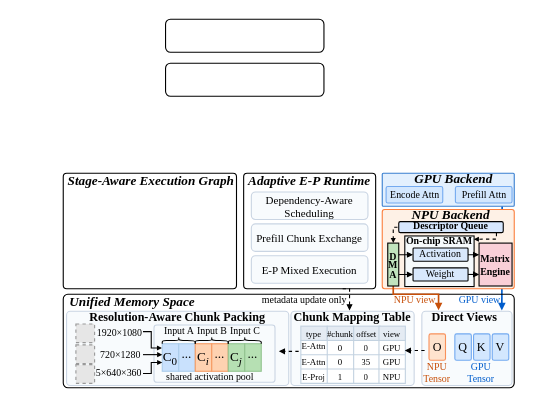
Above: figures/design_overview_new.drawio in icszhr/hermes (draw.io), before the change. Source tidied: cells renumbered, new cells numbered last; positions are measured from the earlier drawing's top-left corner, leaving out a move shared by most shapes. Both pictures are drawn from the tidied source at 110%, with x=0, y=0 at pixel (19, 19). Pictures stored in the file or linked from it are replaced by grey dashed boxes.
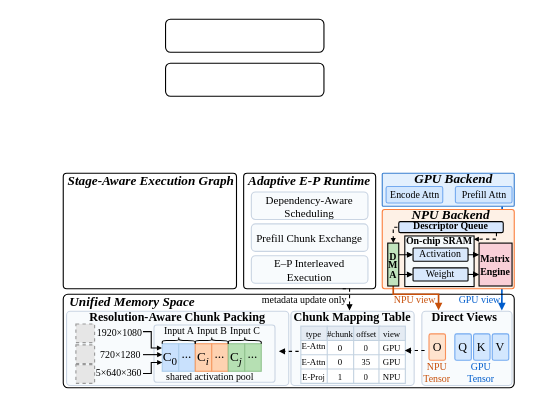
The same diagram, later.

Diff of the diagram source:
```diff
@@
-    <mxCell id="92" value="E-P Mixed Execution" style="rounded=1;whiteSpace=wrap;html=1;fontFamily=Times New Roman;fontSize=10;fillColor=light-dark(#f8fbfd, #ededed);strokeColor=light-dark(#cad5e3, #ededed);" parent="1" vertex="1">
+    <mxCell id="92" value="E–P Interleaved Execution" style="rounded=1;whiteSpace=wrap;html=1;fontFamily=Times New Roman;fontSize=10;fillColor=light-dark(#f8fbfd, #ededed);strokeColor=light-dark(#cad5e3, #ededed);" parent="1" vertex="1">
       <mxGeometry x="211" y="215" width="106" height="25" as="geometry" />
     </mxCell>
```
